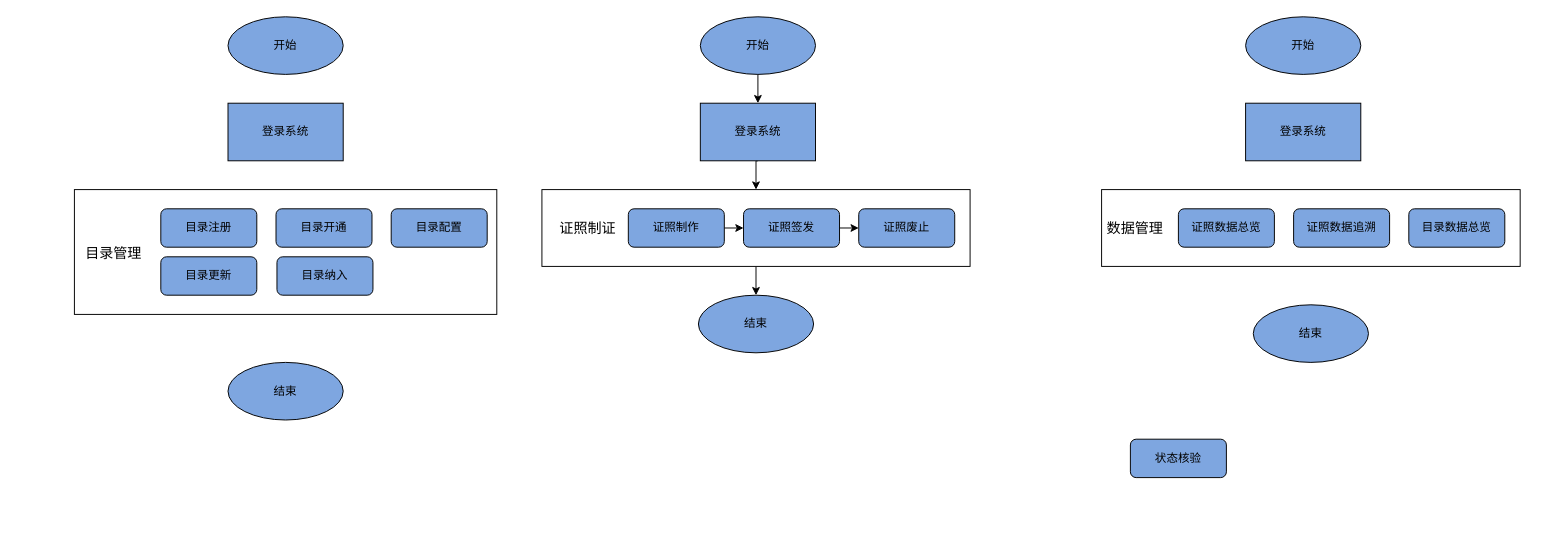
This is page "电子证照-系统流程图" (5 of 5) of Untitled Diagram.drawio from qingfeng826/TestGit, a draw.io file, before an edit. Source tidied: cells renumbered, new cells numbered last; positions are measured from the earlier drawing's top-left corner, leaving out a move shared by most shapes. Both pictures are drawn from the tidied source at 96%, with x=0, y=0 at pixel (41, 16).
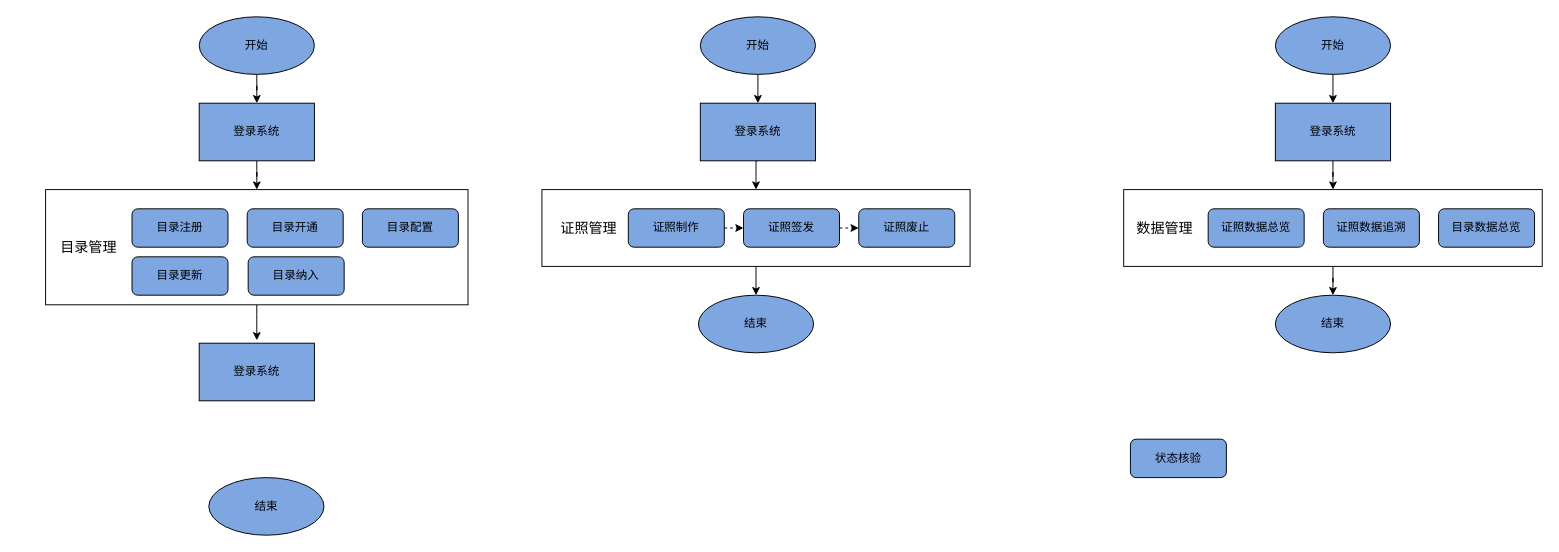
After the change.

Unchanged cells that the change refers to:
```xml
<mxCell id="20" value="证照制作" style="rounded=1;whiteSpace=wrap;html=1;fillColor=#7EA6E0;" parent="1" vertex="1">
  <mxGeometry x="611" y="200" width="100" height="40" as="geometry" />
</mxCell>
<mxCell id="21" value="证照废止" style="rounded=1;whiteSpace=wrap;html=1;fillColor=#7EA6E0;" parent="1" vertex="1">
  <mxGeometry x="851" y="200" width="100" height="40" as="geometry" />
</mxCell>
<mxCell id="23" value="证照签发" style="rounded=1;whiteSpace=wrap;html=1;fillColor=#7EA6E0;" parent="1" vertex="1">
  <mxGeometry x="731" y="200" width="100" height="40" as="geometry" />
</mxCell>
```

Change to the diagram source:
```diff
@@
+    <mxCell id="34" style="edgeStyle=orthogonalEdgeStyle;rounded=1;jettySize=auto;html=1;entryX=0.5;entryY=0;entryDx=0;entryDy=0;" parent="1" edge="1" source="2">
+      <mxGeometry relative="1" as="geometry">
+        <mxPoint x="224" y="337" as="targetPoint" />
+      </mxGeometry>
+    </mxCell>
     <mxCell id="2" style="rounded=0;whiteSpace=wrap;html=1;shadow=0;" parent="1" vertex="1">
-      <mxGeometry x="34" y="180" width="440" height="130" as="geometry" />
+      <mxGeometry x="4" y="180" width="440" height="120" as="geometry" />
     </mxCell>
+    <mxCell id="35" style="edgeStyle=orthogonalEdgeStyle;rounded=1;jettySize=auto;html=1;entryX=0.5;entryY=0;entryDx=0;entryDy=0;" parent="1" edge="1" source="3" target="4">
+      <mxGeometry relative="1" as="geometry" />
+    </mxCell>
     <mxCell id="3" value="开始" style="ellipse;whiteSpace=wrap;html=1;fillColor=#7EA6E0;" parent="1" vertex="1">
-      <mxGeometry x="194" width="120" height="60" as="geometry" />
+      <mxGeometry x="164" width="120" height="60" as="geometry" />
     </mxCell>
+    <mxCell id="36" style="edgeStyle=orthogonalEdgeStyle;rounded=1;jettySize=auto;html=1;entryX=0.5;entryY=0;entryDx=0;entryDy=0;" parent="1" edge="1" source="4" target="2">
+      <mxGeometry relative="1" as="geometry" />
+    </mxCell>
     <mxCell id="4" value="登录系统" style="rounded=0;whiteSpace=wrap;html=1;fillColor=#7EA6E0;" parent="1" vertex="1">
-      <mxGeometry x="194" y="90" width="120" height="60" as="geometry" />
+      <mxGeometry x="164" y="90" width="120" height="60" as="geometry" />
     </mxCell>
     <mxCell id="5" value="目录注册" style="rounded=1;whiteSpace=wrap;html=1;fillColor=#7EA6E0;" parent="1" vertex="1">
-      <mxGeometry x="124" y="200" width="100" height="40" as="geometry" />
+      <mxGeometry x="94" y="200" width="100" height="40" as="geometry" />
     </mxCell>
     <mxCell id="6" value="目录更新" style="rounded=1;whiteSpace=wrap;html=1;fillColor=#7EA6E0;" parent="1" vertex="1">
-      <mxGeometry x="124" y="250" width="100" height="40" as="geometry" />
+      <mxGeometry x="94" y="250" width="100" height="40" as="geometry" />
     </mxCell>
     <mxCell id="7" value="目录纳入" style="rounded=1;whiteSpace=wrap;html=1;fillColor=#7EA6E0;" parent="1" vertex="1">
-      <mxGeometry x="245" y="250" width="100" height="40" as="geometry" />
+      <mxGeometry x="215" y="250" width="100" height="40" as="geometry" />
     </mxCell>
     <mxCell id="8" value="目录配置" style="rounded=1;whiteSpace=wrap;html=1;fillColor=#7EA6E0;" parent="1" vertex="1">
-      <mxGeometry x="364" y="200" width="100" height="40" as="geometry" />
+      <mxGeometry x="334" y="200" width="100" height="40" as="geometry" />
     </mxCell>
     <mxCell id="9" value="目录开通" style="rounded=1;whiteSpace=wrap;html=1;fillColor=#7EA6E0;" parent="1" vertex="1">
-      <mxGeometry x="244" y="200" width="100" height="40" as="geometry" />
+      <mxGeometry x="214" y="200" width="100" height="40" as="geometry" />
     </mxCell>
@@
-    <mxCell id="11" value="结束" style="ellipse;whiteSpace=wrap;html=1;fillColor=#7EA6E0;" parent="1" vertex="1">
-      <mxGeometry x="194" y="360" width="120" height="60" as="geometry" />
-    </mxCell>
     <mxCell id="12" value="&lt;p class=&quot;MsoNormal&quot;&gt;&lt;span style=&quot;mso-spacerun:'yes';font-family:宋体;font-size:11.0000pt;&quot;&gt;目录管理&lt;/span&gt;&lt;/p&gt;" style="text;html=1;strokeColor=none;fillColor=none;align=center;verticalAlign=middle;whiteSpace=wrap;rounded=0;shadow=0;" parent="1" vertex="1">
-      <mxGeometry y="246" width="150" as="geometry" />
+      <mxGeometry x="-26" y="240" width="150" as="geometry" />
     </mxCell>
@@
-    <mxCell id="19" style="edgeStyle=orthogonalEdgeStyle;rounded=0;jettySize=auto;html=1;exitX=1;exitY=0.5;exitDx=0;exitDy=0;entryX=0;entryY=0.5;entryDx=0;entryDy=0;" parent="1" edge="1" source="20" target="23">
+    <mxCell id="19" style="edgeStyle=orthogonalEdgeStyle;rounded=1;jettySize=auto;html=1;exitX=1;exitY=0.5;exitDx=0;exitDy=0;entryX=0;entryY=0.5;entryDx=0;entryDy=0;dashed=1;" parent="1" edge="1" source="20" target="23">
       <mxGeometry relative="1" as="geometry" />
     </mxCell>
@@
-    <mxCell id="22" style="edgeStyle=orthogonalEdgeStyle;rounded=0;jettySize=auto;html=1;exitX=1;exitY=0.5;exitDx=0;exitDy=0;entryX=0;entryY=0.5;entryDx=0;entryDy=0;" parent="1" edge="1" source="23" target="21">
+    <mxCell id="22" style="edgeStyle=orthogonalEdgeStyle;rounded=0;jettySize=auto;html=1;exitX=1;exitY=0.5;exitDx=0;exitDy=0;entryX=0;entryY=0.5;entryDx=0;entryDy=0;dashed=1;" parent="1" edge="1" source="23" target="21">
       <mxGeometry relative="1" as="geometry" />
     </mxCell>
@@
-    <mxCell id="25" value="&lt;p class=&quot;MsoNormal&quot;&gt;&lt;span style=&quot;mso-spacerun:'yes';font-family:宋体;font-size:11.0000pt;&quot;&gt;证照制证&lt;/span&gt;&lt;/p&gt;" style="text;html=1;strokeColor=none;fillColor=none;align=center;verticalAlign=middle;whiteSpace=wrap;rounded=0;shadow=0;" parent="1" vertex="1">
-      <mxGeometry x="494" y="220" width="150" as="geometry" />
+    <mxCell id="25" value="&lt;p class=&quot;MsoNormal&quot;&gt;&lt;font face=&quot;宋体&quot;&gt;&lt;span style=&quot;font-size: 14.6667px;&quot;&gt;证照管理&lt;/span&gt;&lt;/font&gt;&lt;/p&gt;" style="text;html=1;strokeColor=none;fillColor=none;align=center;verticalAlign=middle;whiteSpace=wrap;rounded=0;shadow=0;" parent="1" vertex="1">
+      <mxGeometry x="495" y="220" width="150" as="geometry" />
     </mxCell>
+    <mxCell id="37" style="edgeStyle=orthogonalEdgeStyle;rounded=1;jettySize=auto;html=1;entryX=0.5;entryY=0;entryDx=0;entryDy=0;" parent="1" edge="1" source="26" target="32">
+      <mxGeometry relative="1" as="geometry" />
+    </mxCell>
     <mxCell id="26" style="rounded=0;whiteSpace=wrap;html=1;shadow=0;" parent="1" vertex="1">
-      <mxGeometry x="1104" y="180" width="436" height="80" as="geometry" />
+      <mxGeometry x="1127" y="180" width="436" height="80" as="geometry" />
     </mxCell>
+    <mxCell id="38" style="edgeStyle=orthogonalEdgeStyle;rounded=1;jettySize=auto;html=1;exitX=0.5;exitY=1;exitDx=0;exitDy=0;entryX=0.5;entryY=0;entryDx=0;entryDy=0;" parent="1" edge="1" source="27" target="28">
+      <mxGeometry relative="1" as="geometry" />
+    </mxCell>
     <mxCell id="27" value="开始" style="ellipse;whiteSpace=wrap;html=1;fillColor=#7EA6E0;" parent="1" vertex="1">
-      <mxGeometry x="1254" width="120" height="60" as="geometry" />
+      <mxGeometry x="1285" width="120" height="60" as="geometry" />
     </mxCell>
+    <mxCell id="39" style="edgeStyle=orthogonalEdgeStyle;rounded=1;jettySize=auto;html=1;" parent="1" edge="1" source="28" target="26">
+      <mxGeometry relative="1" as="geometry" />
+    </mxCell>
     <mxCell id="28" value="登录系统" style="rounded=0;whiteSpace=wrap;html=1;fillColor=#7EA6E0;" parent="1" vertex="1">
-      <mxGeometry x="1254" y="90" width="120" height="60" as="geometry" />
+      <mxGeometry x="1285" y="90" width="120" height="60" as="geometry" />
     </mxCell>
     <mxCell id="29" value="证照数据总览" style="rounded=1;whiteSpace=wrap;html=1;fillColor=#7EA6E0;" parent="1" vertex="1">
-      <mxGeometry x="1184" y="200" width="100" height="40" as="geometry" />
+      <mxGeometry x="1215" y="200" width="100" height="40" as="geometry" />
     </mxCell>
     <mxCell id="30" value="目录数据总览" style="rounded=1;whiteSpace=wrap;html=1;fillColor=#7EA6E0;" parent="1" vertex="1">
-      <mxGeometry x="1424" y="200" width="100" height="40" as="geometry" />
+      <mxGeometry x="1455" y="200" width="100" height="40" as="geometry" />
     </mxCell>
     <mxCell id="31" value="证照数据追溯" style="rounded=1;whiteSpace=wrap;html=1;fillColor=#7EA6E0;" parent="1" vertex="1">
-      <mxGeometry x="1304" y="200" width="100" height="40" as="geometry" />
+      <mxGeometry x="1335" y="200" width="100" height="40" as="geometry" />
     </mxCell>
     <mxCell id="32" value="结束" style="ellipse;whiteSpace=wrap;html=1;fillColor=#7EA6E0;" parent="1" vertex="1">
-      <mxGeometry x="1262" y="300" width="120" height="60" as="geometry" />
+      <mxGeometry x="1285" y="290" width="120" height="60" as="geometry" />
     </mxCell>
     <mxCell id="33" value="&lt;p class=&quot;MsoNormal&quot;&gt;&lt;span style=&quot;mso-spacerun:'yes';font-family:宋体;font-size:11.0000pt;&quot;&gt;数据管理&lt;/span&gt;&lt;/p&gt;" style="text;html=1;strokeColor=none;fillColor=none;align=center;verticalAlign=middle;whiteSpace=wrap;rounded=0;shadow=0;" parent="1" vertex="1">
-      <mxGeometry x="1064" y="220" width="150" as="geometry" />
+      <mxGeometry x="1095" y="220" width="150" as="geometry" />
     </mxCell>
+    <mxCell id="11" value="结束" style="ellipse;whiteSpace=wrap;html=1;fillColor=#7EA6E0;" parent="1" vertex="1">
+      <mxGeometry x="174" y="480" width="120" height="60" as="geometry" />
+    </mxCell>
+    <mxCell id="40" value="登录系统" style="rounded=0;whiteSpace=wrap;html=1;fillColor=#7EA6E0;" parent="1" vertex="1">
+      <mxGeometry x="164" y="340" width="120" height="60" as="geometry" />
+    </mxCell>
```
